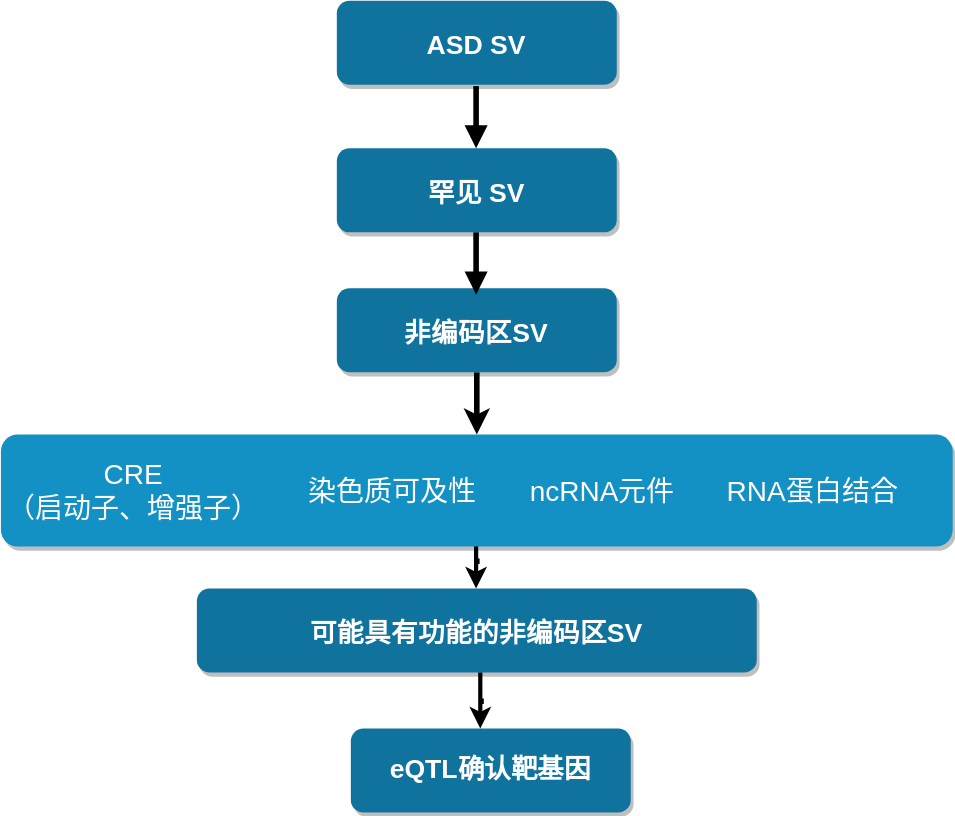
ShirleyLiu-BCH/workflow keeps this draw.io diagram as asd-sv-pipeline.drawio.svg. Above is the earlier version. Source tidied: cells renumbered, new cells last; positions are measured from the earlier drawing's top-left corner, leaving out a move shared by most shapes.
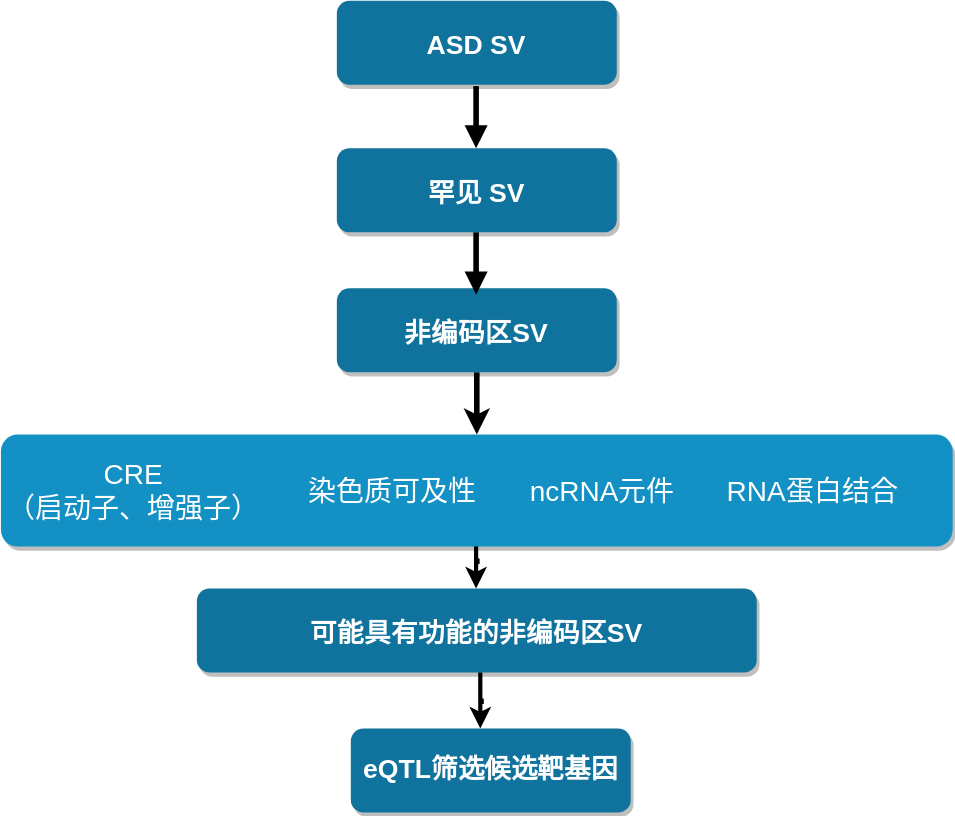
The same diagram one commit later.

The edit, as a diff of the source:
```diff
@@ -23,7 +23,7 @@
         </Array>
       </mxGeometry>
     </mxCell>
-    <mxCell id="7" value="eQTL确认靶基因" style="whiteSpace=wrap;html=1;fontSize=19;fillColor=#10739E;strokeColor=none;fontColor=#FFFFFF;rounded=1;shadow=1;gradientColor=none;fontStyle=1;" parent="1" vertex="1">
+    <mxCell id="7" value="eQTL筛选候选靶基因" style="whiteSpace=wrap;html=1;fontSize=19;fillColor=#10739E;strokeColor=none;fontColor=#FFFFFF;rounded=1;shadow=1;gradientColor=none;fontStyle=1;" parent="1" vertex="1">
       <mxGeometry x="250" y="520" width="200" height="60" as="geometry" />
     </mxCell>
     <mxCell id="8" style="edgeStyle=orthogonalEdgeStyle;rounded=0;orthogonalLoop=1;jettySize=auto;html=1;strokeWidth=3;fontSize=19;fontStyle=1;" parent="1" edge="1">
```
